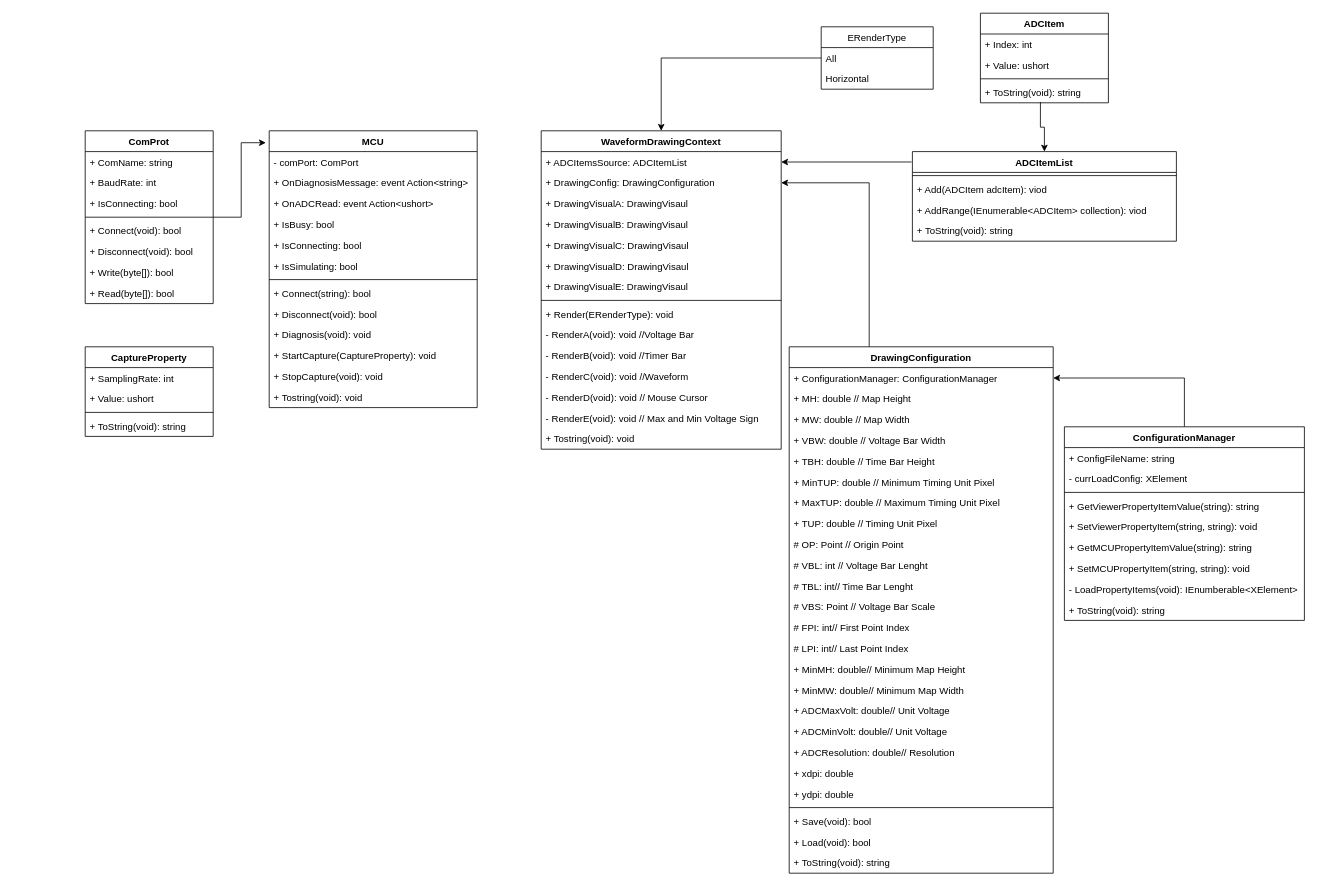
The draw.io diagram page "UML Class Diagram" (5 of 5) of ADC Monitor.drawio in Jasson-Chou/SideProject, before the edit. Source tidied: cells renumbered, new cells numbered last; positions are measured from the earlier drawing's top-left corner, leaving out a move shared by most shapes. Both pictures are drawn from the tidied source at 80%, with x=0, y=0 at pixel (85, 13).
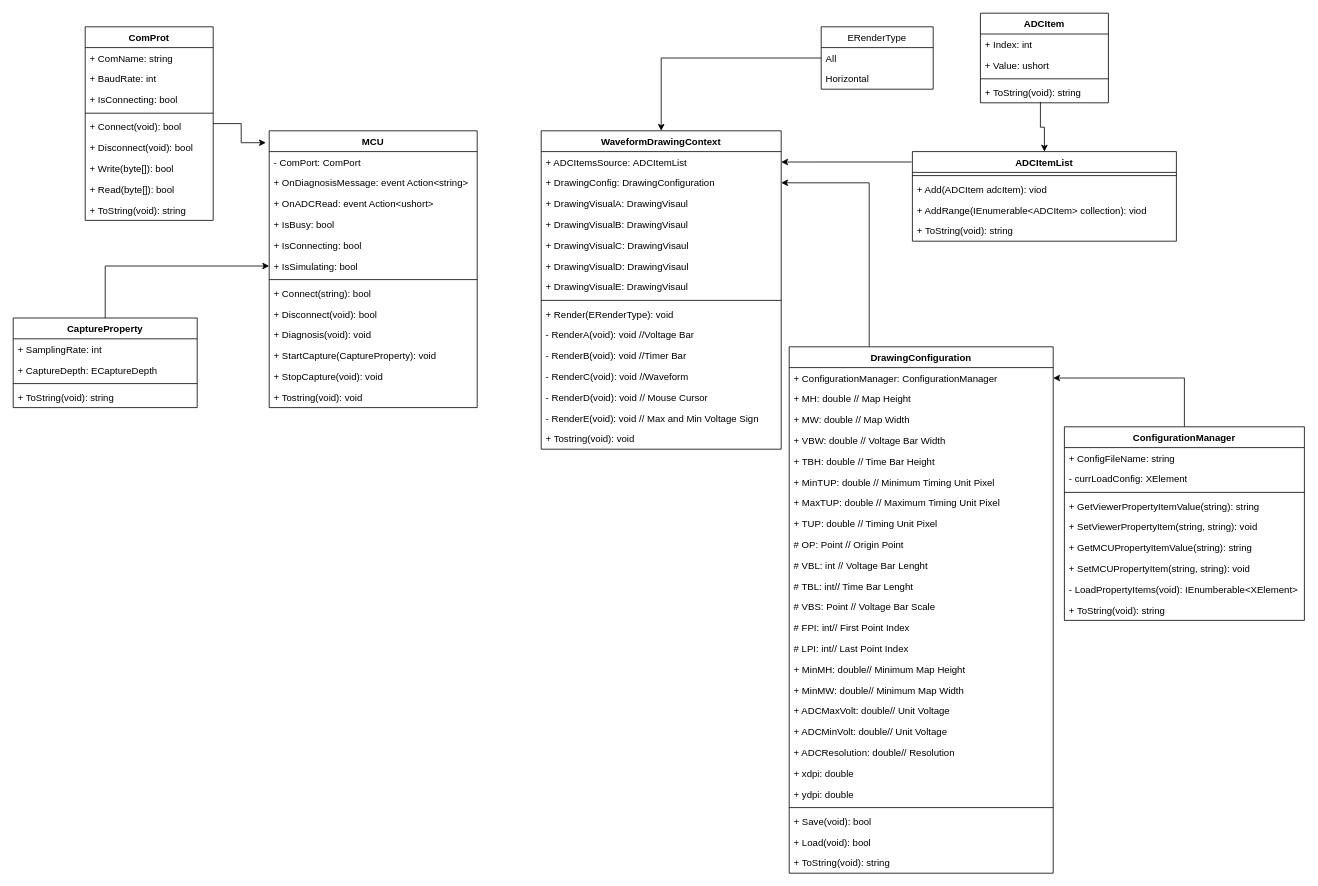
The same page after the edit.

Unchanged cells that the change refers to:
```xml
<mxCell id="12" value="MCU" style="swimlane;fontStyle=1;align=center;verticalAlign=top;horizontal=1;startSize=26;" parent="1" vertex="1">
  <mxGeometry x="230" y="147" width="260" height="346" as="geometry" />
</mxCell>
<mxCell id="18" value="+ IsSimulating: bool" style="text;strokeColor=none;fillColor=none;align=left;verticalAlign=top;spacingLeft=4;spacingRight=4;overflow=hidden;points=[[0,0.5],[1,0.5]];portConstraint=eastwest;" parent="12" vertex="1">
  <mxGeometry y="156" width="260" height="26" as="geometry" />
</mxCell>
```

Change to the diagram source:
```diff
@@
     <mxCell id="3" value="ComProt" style="swimlane;fontStyle=1;align=center;verticalAlign=top;horizontal=1;startSize=26;" parent="1" vertex="1">
-      <mxGeometry y="147" width="160" height="216" as="geometry" />
+      <mxGeometry y="17" width="160" height="242" as="geometry" />
     </mxCell>
@@
+    <mxCell id="101" value="+ ToString(void): string" style="text;strokeColor=none;fillColor=none;align=left;verticalAlign=top;spacingLeft=4;spacingRight=4;overflow=hidden;" parent="3" vertex="1">
+      <mxGeometry y="216" width="160" height="26" as="geometry" />
+    </mxCell>
@@
-    <mxCell id="13" value="- comPort: ComPort" style="text;strokeColor=none;fillColor=none;align=left;verticalAlign=top;spacingLeft=4;spacingRight=4;overflow=hidden;" parent="12" vertex="1">
+    <mxCell id="13" value="- ComPort: ComPort" style="text;strokeColor=none;fillColor=none;align=left;verticalAlign=top;spacingLeft=4;spacingRight=4;overflow=hidden;" parent="12" vertex="1">
       <mxGeometry y="26" width="260" height="26" as="geometry" />
     </mxCell>
@@
+    <mxCell id="102" style="edgeStyle=orthogonalEdgeStyle;rounded=0;jettySize=auto;html=1;entryX=0;entryY=0.5;entryDx=0;entryDy=0;" parent="1" edge="1" source="96" target="18">
+      <mxGeometry relative="1" as="geometry" />
+    </mxCell>
     <mxCell id="96" value="CaptureProperty" style="swimlane;fontStyle=1;align=center;verticalAlign=top;horizontal=1;startSize=26;" parent="1" vertex="1">
-      <mxGeometry y="417" width="160" height="112" as="geometry" />
+      <mxGeometry x="-90" y="381" width="230" height="112" as="geometry" />
     </mxCell>
     <mxCell id="97" value="+ SamplingRate: int" style="text;strokeColor=none;fillColor=none;align=left;verticalAlign=top;spacingLeft=4;spacingRight=4;overflow=hidden;" parent="96" vertex="1">
-      <mxGeometry y="26" width="160" height="26" as="geometry" />
+      <mxGeometry y="26" width="230" height="26" as="geometry" />
     </mxCell>
-    <mxCell id="98" value="+ Value: ushort" style="text;strokeColor=none;fillColor=none;align=left;verticalAlign=top;spacingLeft=4;spacingRight=4;overflow=hidden;" parent="96" vertex="1">
-      <mxGeometry y="52" width="160" height="26" as="geometry" />
+    <mxCell id="98" value="+ CaptureDepth: ECaptureDepth" style="text;strokeColor=none;fillColor=none;align=left;verticalAlign=top;spacingLeft=4;spacingRight=4;overflow=hidden;" parent="96" vertex="1">
+      <mxGeometry y="52" width="230" height="26" as="geometry" />
     </mxCell>
     <mxCell id="99" style="line;strokeWidth=1;fillColor=none;align=left;verticalAlign=middle;spacingTop=-1;spacingLeft=3;spacingRight=3;labelPosition=right;" parent="96" vertex="1">
-      <mxGeometry y="78" width="160" height="8" as="geometry" />
+      <mxGeometry y="78" width="230" height="8" as="geometry" />
     </mxCell>
     <mxCell id="100" value="+ ToString(void): string" style="text;strokeColor=none;fillColor=none;align=left;verticalAlign=top;spacingLeft=4;spacingRight=4;overflow=hidden;" parent="96" vertex="1">
-      <mxGeometry y="86" width="160" height="26" as="geometry" />
+      <mxGeometry y="86" width="230" height="26" as="geometry" />
     </mxCell>
```
